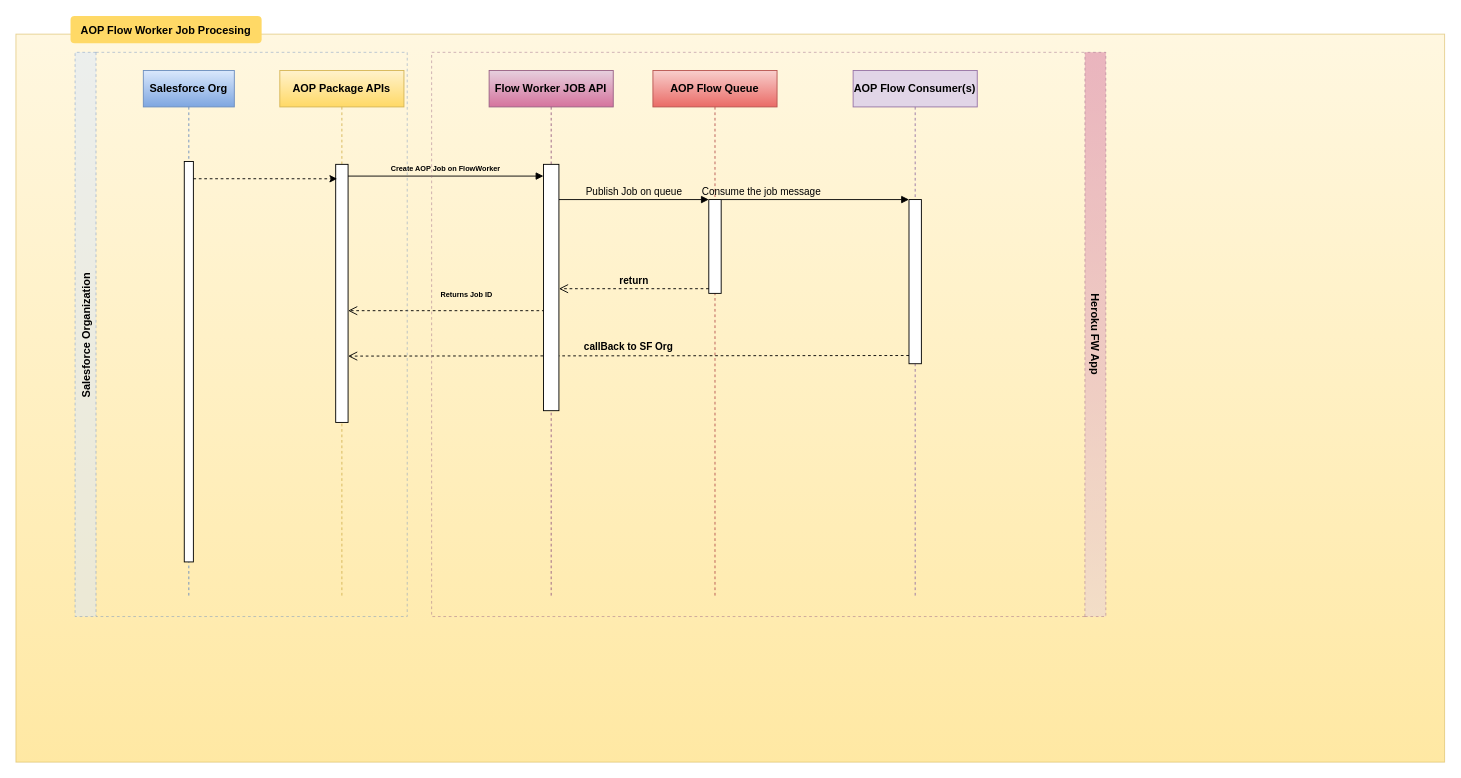
Earlier version of the draw.io diagram HK_SEQ.drawio (Maxxpower/aop_diagrams). Source tidied: cells renumbered, new cells numbered last; positions are measured from the earlier drawing's top-left corner, leaving out a move shared by most shapes. Both pictures are drawn from the tidied source at 91%, with x=0, y=0 at pixel (15, 15). Pictures stored in the file or linked from it are replaced by grey dashed boxes.
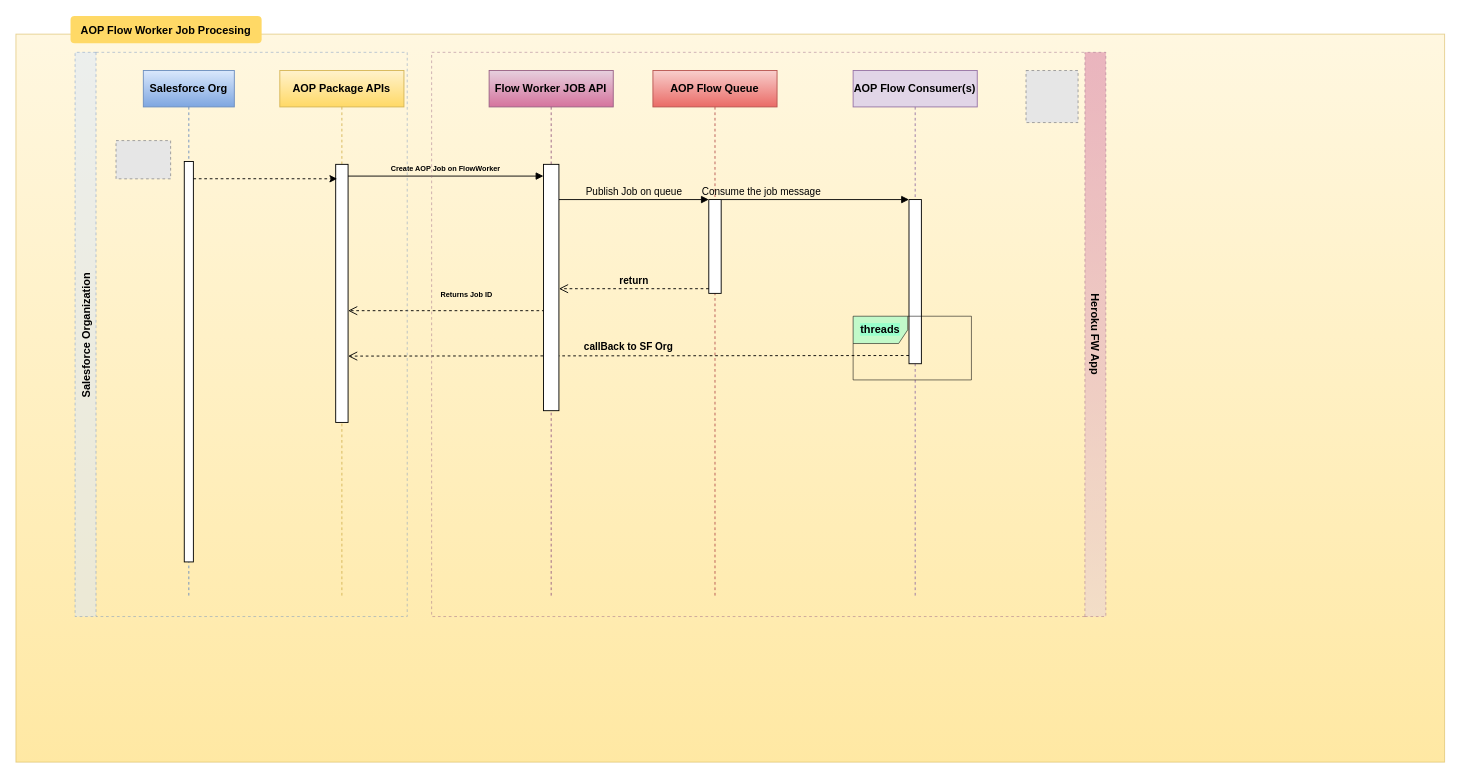
The same page after the edit.

The change refers to these unchanged cells:
```xml
<mxCell id="19" value="Heroku FW App" style="swimlane;horizontal=0;fillColor=#e6d0de;strokeColor=#996185;dashed=1;rotation=-180;opacity=50;gradientColor=#d5739d;" parent="3" vertex="1">
  <mxGeometry x="166.8" y="-20" width="740.9" height="620" as="geometry" />
</mxCell>
```

The edit, as a diff of the source:
```diff
@@
+    <mxCell id="25" style="fillColor=#E6E6E6;strokeColor=#999999;dashed=1;html=1;verticalAlign=top;verticalLabelPosition=bottom;labelBackgroundColor=#ffffff;" parent="19" vertex="1">
+      <mxGeometry x="653.2" y="20" width="57.2" height="57.2" as="geometry" />
+    </mxCell>
+    <mxCell id="26" value="&lt;b style=&quot;background-color: rgb(153, 255, 204);&quot;&gt;threads&lt;/b&gt;" style="shape=umlFrame;whiteSpace=wrap;html=1;opacity=60;fillColor=#99FFCC;" parent="19" vertex="1">
+      <mxGeometry x="463.2" y="290" width="130" height="70" as="geometry" />
+    </mxCell>
@@
+    <mxCell id="24" value="AOP Flow Worker Job Procesing" style="rounded=1;fontStyle=1;fillColor=#FFD966;strokeColor=none;" parent="1" vertex="1">
+      <mxGeometry x="60" width="210" height="30" as="geometry" />
+    </mxCell>
+    <mxCell id="27" style="group;" parent="1" vertex="1">
+      <mxGeometry x="65" y="40" width="365" height="620" as="geometry" />
+    </mxCell>
-    <mxCell id="23" value="Salesforce Organization" style="swimlane;horizontal=0;fillColor=#dae8fc;strokeColor=#6c8ebf;dashed=1;opacity=50;" parent="1" vertex="1">
-      <mxGeometry x="65" y="40" width="365" height="620" as="geometry" />
+    <mxCell id="23" value="Salesforce Organization" style="swimlane;horizontal=0;fillColor=#dae8fc;strokeColor=#6c8ebf;dashed=1;opacity=50;" parent="27" vertex="1">
+      <mxGeometry width="365" height="620" as="geometry" />
     </mxCell>
-    <mxCell id="24" value="AOP Flow Worker Job Procesing" style="rounded=1;fontStyle=1;fillColor=#FFD966;strokeColor=none;" parent="1" vertex="1">
-      <mxGeometry x="60" width="210" height="30" as="geometry" />
-    </mxCell>
+    <mxCell id="28" style="fillColor=#E6E6E6;strokeColor=#999999;dashed=1;verticalLabelPosition=bottom;labelBackgroundColor=default;verticalAlign=top;" parent="27" vertex="1">
+      <mxGeometry x="45" y="97" width="60" height="42" as="geometry" />
+    </mxCell>
```
